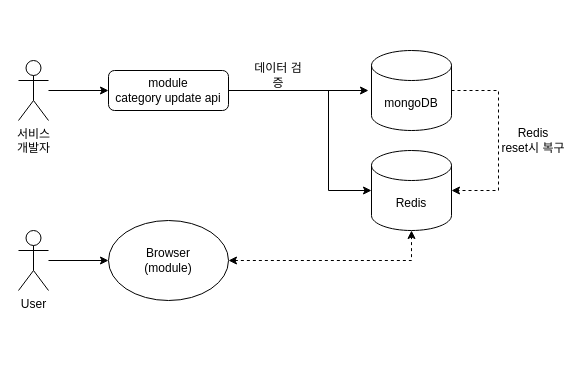
Earlier version of the draw.io diagram category-api Diagram.drawio (sjhsjh721/gnb-test). Source tidied: cells renumbered, new cells numbered last; positions are measured from the earlier drawing's top-left corner, leaving out a move shared by most shapes. Both pictures are drawn from the tidied source at 100%, with x=0, y=0 at pixel (18, 50).
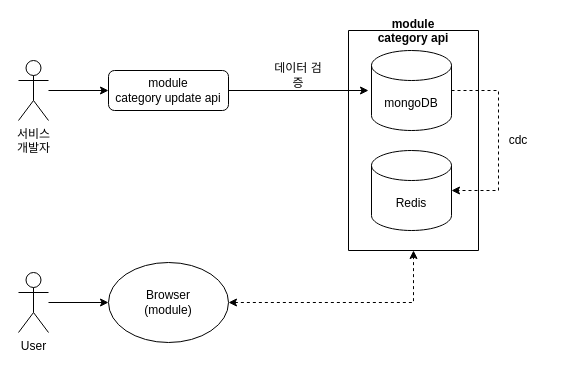
Above is the later version.

The change refers to these unchanged cells:
```xml
<mxCell id="9" value="Redis" style="shape=cylinder3;whiteSpace=wrap;html=1;boundedLbl=1;backgroundOutline=1;size=15;" parent="1" vertex="1">
  <mxGeometry x="353" y="100" width="80" height="80" as="geometry" />
</mxCell>
```

The edit, as a diff of the source:
```diff
@@
     <mxCell id="5" value="User" style="shape=umlActor;verticalLabelPosition=bottom;verticalAlign=top;html=1;" parent="1" vertex="1">
-      <mxGeometry y="180" width="30" height="60" as="geometry" />
+      <mxGeometry y="222" width="30" height="60" as="geometry" />
     </mxCell>
@@
-    <mxCell id="8" style="edgeStyle=elbowEdgeStyle;elbow=horizontal;endArrow=classic;html=1;rounded=0;" parent="1" edge="1" target="9">
-      <mxGeometry relative="1" as="geometry">
-        <mxPoint x="230" y="40" as="sourcePoint" />
-        <Array as="points">
-          <mxPoint x="310" y="80" />
-          <mxPoint x="230" y="80" />
-        </Array>
-      </mxGeometry>
-    </mxCell>
@@
     <mxCell id="10" value="데이터 검증" style="text;html=1;strokeColor=none;fillColor=none;align=center;verticalAlign=middle;whiteSpace=wrap;rounded=0;" parent="1" vertex="1">
-      <mxGeometry x="230" y="10" width="60" height="30" as="geometry" />
+      <mxGeometry x="250" y="10" width="60" height="30" as="geometry" />
     </mxCell>
@@
-    <mxCell id="12" value="Redis &lt;br&gt;reset시 복구" style="text;html=1;strokeColor=none;fillColor=none;align=center;verticalAlign=middle;whiteSpace=wrap;rounded=0;" parent="1" vertex="1">
-      <mxGeometry x="480" y="70" width="70" height="40" as="geometry" />
+    <mxCell id="12" value="cdc" style="text;html=1;strokeColor=none;fillColor=none;align=center;verticalAlign=middle;whiteSpace=wrap;rounded=0;" parent="1" vertex="1">
+      <mxGeometry x="460" y="70" width="80" height="40" as="geometry" />
     </mxCell>
     <mxCell id="13" style="edgeStyle=orthogonalEdgeStyle;rounded=0;orthogonalLoop=1;jettySize=auto;html=1;" parent="1" edge="1">
       <mxGeometry relative="1" as="geometry">
-        <mxPoint x="30" y="210" as="sourcePoint" />
-        <mxPoint x="90" y="210" as="targetPoint" />
+        <mxPoint x="30" y="252" as="sourcePoint" />
+        <mxPoint x="90" y="252" as="targetPoint" />
         <Array as="points">
-          <mxPoint x="30" y="210" />
-          <mxPoint x="30" y="210" />
+          <mxPoint x="30" y="252" />
+          <mxPoint x="30" y="252" />
         </Array>
       </mxGeometry>
     </mxCell>
     <mxCell id="14" value="Browser&lt;br&gt;(module)" style="ellipse;whiteSpace=wrap;html=1;" parent="1" vertex="1">
-      <mxGeometry x="90" y="170" width="120" height="80" as="geometry" />
+      <mxGeometry x="90" y="212" width="120" height="80" as="geometry" />
     </mxCell>
-    <mxCell id="15" style="endArrow=classic;startArrow=classic;html=1;rounded=0;dashed=1;edgeStyle=orthogonalEdgeStyle;exitX=1;exitY=0.5;exitDx=0;exitDy=0;entryX=0.5;entryY=1;entryDx=0;entryDy=0;entryPerimeter=0;" parent="1" edge="1" source="14" target="9">
+    <mxCell id="15" style="endArrow=classic;startArrow=classic;html=1;rounded=0;dashed=1;edgeStyle=orthogonalEdgeStyle;exitX=1;exitY=0.5;exitDx=0;exitDy=0;entryX=0.5;entryY=1;entryDx=0;entryDy=0;" parent="1" edge="1" source="14" target="16">
       <mxGeometry relative="1" as="geometry" />
     </mxCell>
+    <mxCell id="16" value="module&#10;category api" style="swimlane;startSize=0;" parent="1" vertex="1">
+      <mxGeometry x="330" y="-20" width="130" height="220" as="geometry" />
+    </mxCell>
```
